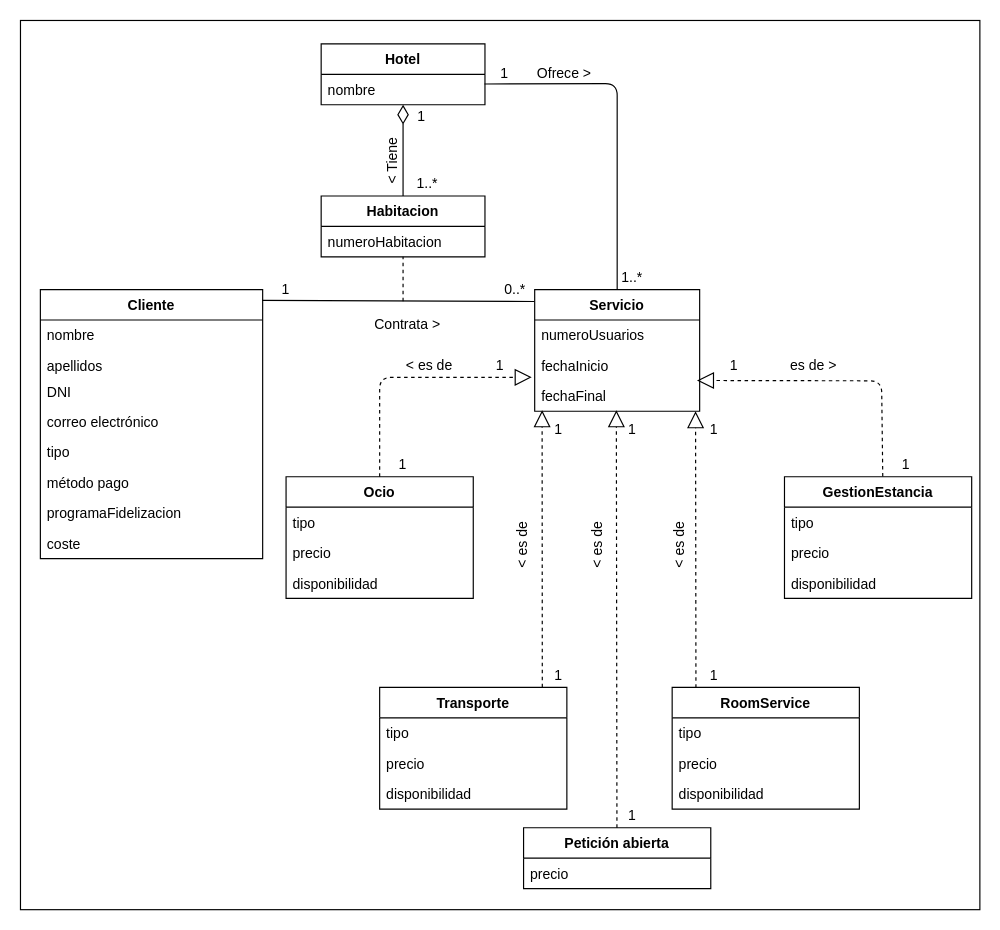
Earlier version of the draw.io diagram Diagrams/Modelo_dominio_Concierge.drawio (javierMorales9/ISST-Grupo02-Conc). Source tidied: cells renumbered, new cells numbered last; positions are measured from the earlier drawing's top-left corner, leaving out a move shared by most shapes. Both pictures are drawn from the tidied source at 117%, with x=0, y=0 at pixel (20, 20).
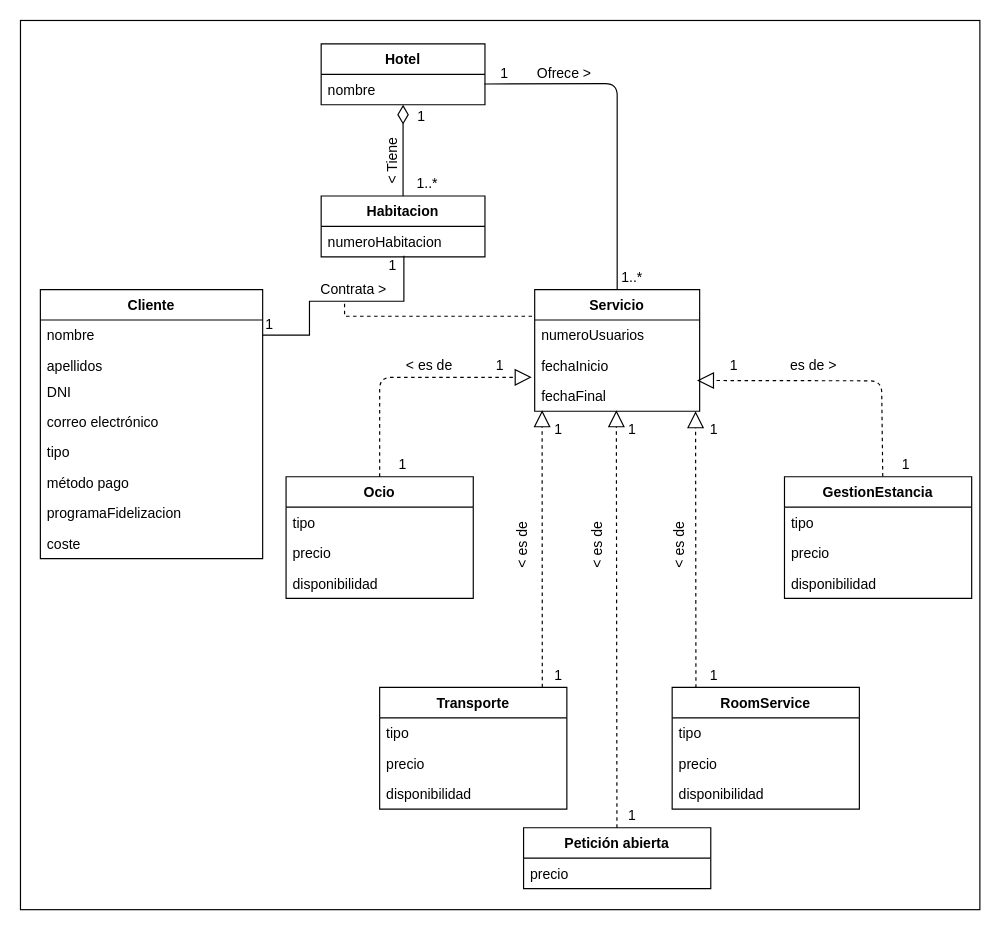
Above is the later version.

Unchanged cells that the change refers to:
```xml
<mxCell id="3" value="Cliente" style="swimlane;fontStyle=1;horizontal=1;startSize=26;fillColor=none;" parent="1" vertex="1">
  <mxGeometry x="17" y="230" width="190" height="230" as="geometry" />
</mxCell>
<mxCell id="4" value="nombre" style="text;strokeColor=none;fillColor=none;align=left;verticalAlign=top;spacingLeft=4;spacingRight=4;overflow=hidden;points=[[0,0.5],[1,0.5]];portConstraint=eastwest;" parent="3" vertex="1">
  <mxGeometry y="26" width="190" height="26" as="geometry" />
</mxCell>
<mxCell id="12" value="Servicio" style="swimlane;fontStyle=1;horizontal=1;startSize=26;fillColor=none;" parent="1" vertex="1">
  <mxGeometry x="439.5" y="230" width="141" height="104" as="geometry" />
</mxCell>
<mxCell id="13" value="numeroUsuarios" style="text;strokeColor=none;fillColor=none;align=left;verticalAlign=top;spacingLeft=4;spacingRight=4;overflow=hidden;points=[[0,0.5],[1,0.5]];portConstraint=eastwest;" parent="12" vertex="1">
  <mxGeometry y="26" width="141" height="26" as="geometry" />
</mxCell>
<mxCell id="34" value="Habitacion" style="swimlane;fontStyle=1;horizontal=1;startSize=26;fillColor=none;" parent="1" vertex="1">
  <mxGeometry x="257" y="150" width="140" height="52" as="geometry" />
</mxCell>
<mxCell id="35" value="numeroHabitacion" style="text;strokeColor=none;fillColor=none;align=left;verticalAlign=top;spacingLeft=4;spacingRight=4;overflow=hidden;points=[[0,0.5],[1,0.5]];portConstraint=eastwest;" parent="34" vertex="1">
  <mxGeometry y="26" width="140" height="26" as="geometry" />
</mxCell>
```

The edit, as a diff of the source:
```diff
@@
+    <mxCell id="71" style="edgeStyle=orthogonalEdgeStyle;rounded=0;jettySize=auto;html=1;endArrow=none;endFill=0;dashed=1;exitX=-0.016;exitY=-0.123;exitDx=0;exitDy=0;exitPerimeter=0;" parent="1" edge="1" source="13">
+      <mxGeometry relative="1" as="geometry">
+        <mxPoint x="277" y="240" as="targetPoint" />
+        <Array as="points">
+          <mxPoint x="277" y="253" />
+        </Array>
+      </mxGeometry>
+    </mxCell>
@@
-    <mxCell id="36" style="endArrow=none;dashed=1;html=1;entryX=0.5;entryY=1;entryDx=0;entryDy=0;" parent="1" edge="1" target="34">
-      <mxGeometry relative="1" as="geometry">
-        <mxPoint x="327" y="240" as="sourcePoint" />
-      </mxGeometry>
-    </mxCell>
@@
-    <mxCell id="42" style="endArrow=none;html=1;exitX=0.998;exitY=0.04;exitDx=0;exitDy=0;exitPerimeter=0;entryX=-0.002;entryY=0.098;entryDx=0;entryDy=0;entryPerimeter=0;" parent="1" edge="1" source="3" target="12">
-      <mxGeometry relative="1" as="geometry" />
-    </mxCell>
     <mxCell id="43" value="1" style="text;html=1;strokeColor=none;fillColor=none;align=center;verticalAlign=middle;whiteSpace=wrap;rounded=0;" parent="1" vertex="1">
-      <mxGeometry x="207" y="220" width="40" height="20" as="geometry" />
+      <mxGeometry x="193" y="250" width="40" height="20" as="geometry" />
     </mxCell>
-    <mxCell id="44" value="0..*" style="text;html=1;strokeColor=none;fillColor=none;align=center;verticalAlign=middle;whiteSpace=wrap;rounded=0;" parent="1" vertex="1">
-      <mxGeometry x="403" y="220" width="40" height="20" as="geometry" />
-    </mxCell>
@@
-    <mxCell id="58" value="Contrata &amp;gt;" style="text;html=1;strokeColor=none;fillColor=none;align=center;verticalAlign=middle;whiteSpace=wrap;rounded=0;" parent="1" vertex="1">
-      <mxGeometry x="293" y="250" width="76" height="20" as="geometry" />
+    <mxCell id="58" value="Contrata &amp;gt;" style="text;html=1;strokeColor=none;fillColor=none;align=center;verticalAlign=middle;whiteSpace=wrap;rounded=0;rotation=0;" parent="1" vertex="1">
+      <mxGeometry x="247" y="220" width="76" height="20" as="geometry" />
     </mxCell>
@@
+    <mxCell id="72" style="edgeStyle=orthogonalEdgeStyle;rounded=0;jettySize=auto;html=1;entryX=0.505;entryY=0.962;entryDx=0;entryDy=0;entryPerimeter=0;endArrow=none;endFill=0;" parent="1" edge="1" source="4" target="35">
+      <mxGeometry relative="1" as="geometry">
+        <Array as="points">
+          <mxPoint x="247" y="269" />
+          <mxPoint x="247" y="240" />
+          <mxPoint x="328" y="240" />
+        </Array>
+      </mxGeometry>
+    </mxCell>
+    <mxCell id="73" value="1" style="text;html=1;strokeColor=none;fillColor=none;align=center;verticalAlign=middle;whiteSpace=wrap;rounded=0;" parent="1" vertex="1">
+      <mxGeometry x="303.5" y="200" width="29" height="20" as="geometry" />
+    </mxCell>
```
